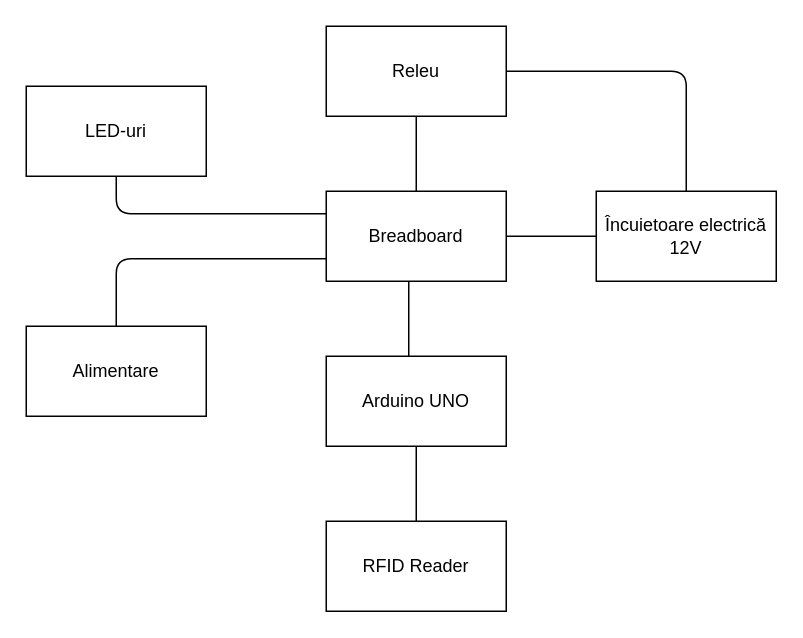
This is RFID Lock.drawio from florinmihu31/PM, a draw.io file, before an edit. Source tidied: cells renumbered, new cells numbered last; positions are measured from the earlier drawing's top-left corner, leaving out a move shared by most shapes. Both pictures are drawn from the tidied source at 150%, with x=0, y=0 at pixel (26, 26).
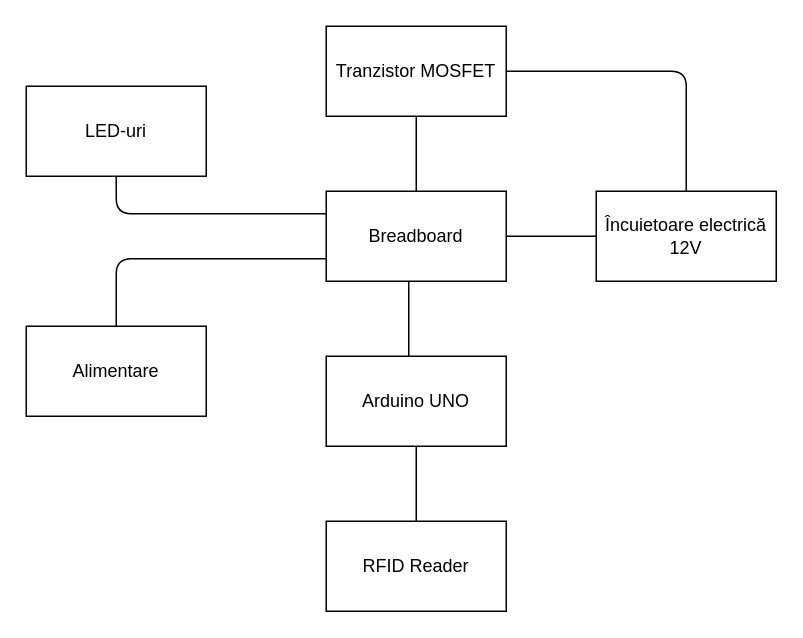
The same page after the edit.

The edit, as a diff of the source:
```diff
@@
-    <mxCell id="11" value="Releu" style="rounded=0;whiteSpace=wrap;html=1;" parent="1" vertex="1">
+    <mxCell id="11" value="Tranzistor MOSFET" style="rounded=0;whiteSpace=wrap;html=1;" parent="1" vertex="1">
       <mxGeometry x="200" width="120" height="60" as="geometry" />
     </mxCell>
```
